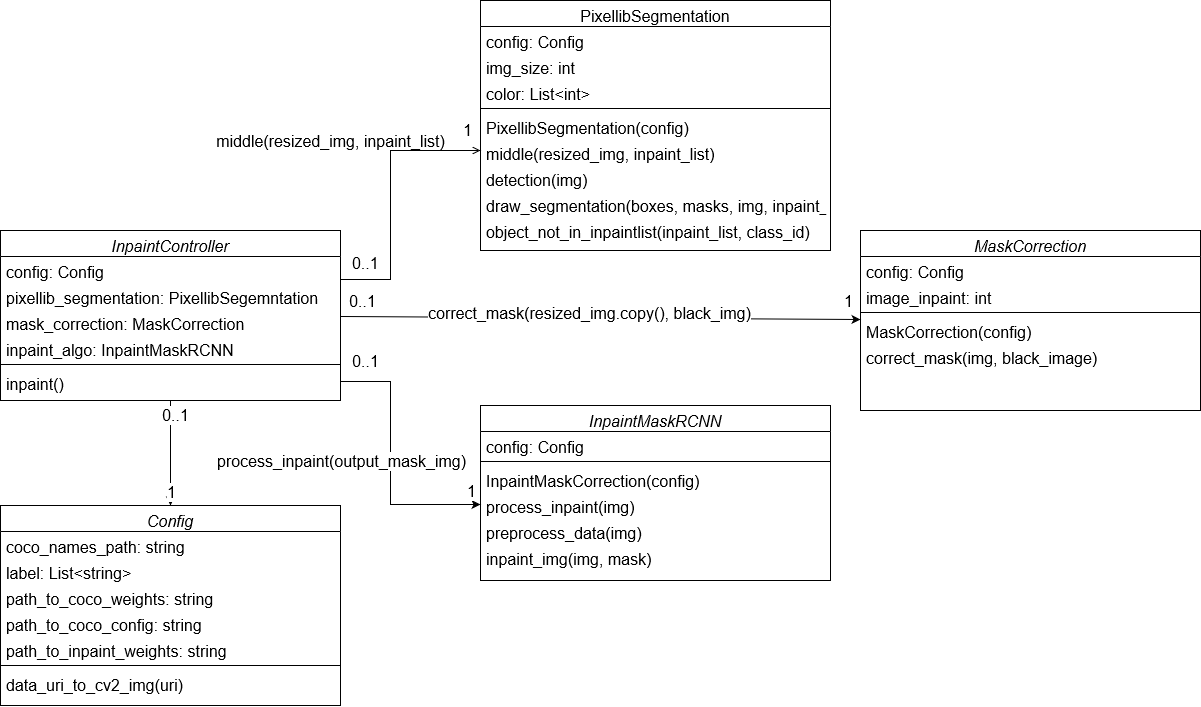
The draw.io diagram Documentation/InpaintController(1).drawio.png in JesoosSoz/diminished-reality, before a commit. Source tidied: cells renumbered, new cells last; positions are measured from the earlier drawing's top-left corner, leaving out a move shared by most shapes.
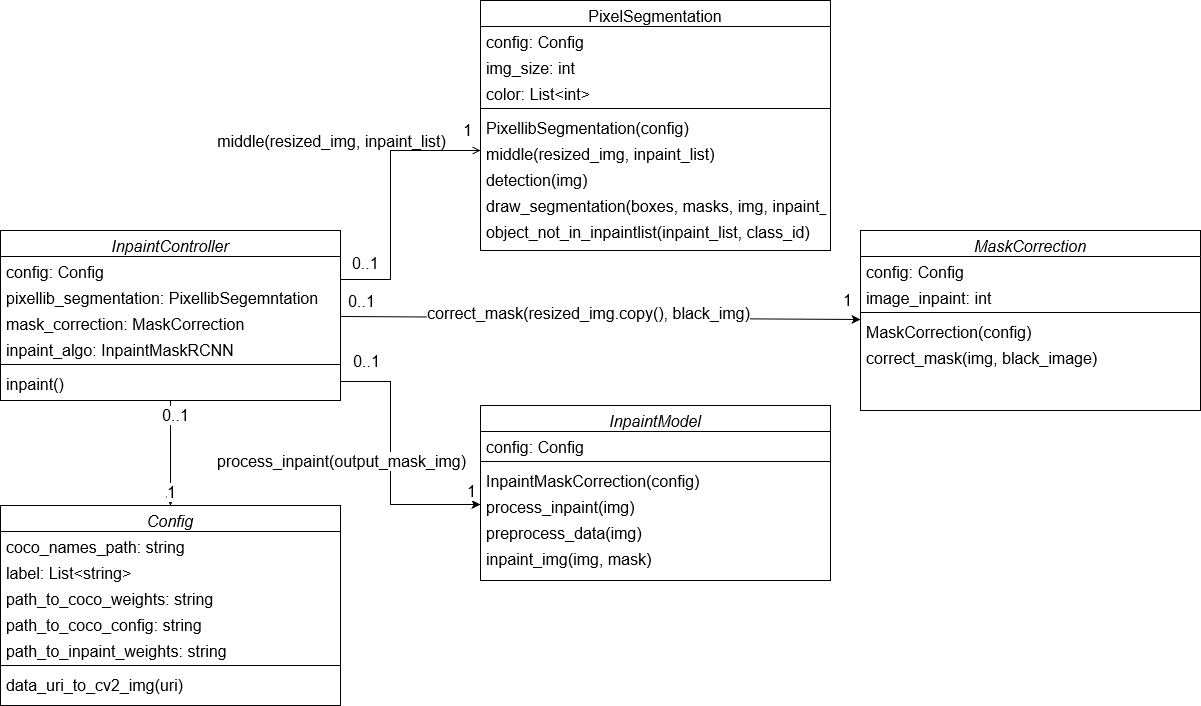
After the change.

Change to the diagram source:
```diff
@@ -34,7 +34,7 @@
     <mxCell id="11" value="inpaint()" style="text;align=left;verticalAlign=top;spacingLeft=4;spacingRight=4;overflow=hidden;points=[[0,0.5],[1,0.5]];portConstraint=eastwest;fontSize=16;" parent="5" vertex="1">
       <mxGeometry y="138" width="340" height="26" as="geometry" />
     </mxCell>
-    <mxCell id="12" value="PixellibSegmentation" style="swimlane;fontStyle=0;align=center;verticalAlign=top;horizontal=1;startSize=26;rounded=0;shadow=0;strokeWidth=1;fontSize=16;" parent="1" vertex="1">
+    <mxCell id="12" value="PixelSegmentation" style="swimlane;fontStyle=0;align=center;verticalAlign=top;horizontal=1;startSize=26;rounded=0;shadow=0;strokeWidth=1;fontSize=16;" parent="1" vertex="1">
       <mxGeometry x="480" width="350" height="250" as="geometry" />
     </mxCell>
     <mxCell id="13" value="config: Config" style="text;align=left;verticalAlign=top;spacingLeft=4;spacingRight=4;overflow=hidden;rounded=0;shadow=0;html=0;fontSize=16;" parent="12" vertex="1">
@@ -106,7 +106,7 @@
     <mxCell id="31" value="correct_mask(img, black_image)" style="text;align=left;verticalAlign=top;spacingLeft=4;spacingRight=4;overflow=hidden;fontSize=16;" parent="26" vertex="1">
       <mxGeometry y="112" width="340" height="26" as="geometry" />
     </mxCell>
-    <mxCell id="32" value="InpaintMaskRCNN" style="swimlane;fontStyle=2;align=center;verticalAlign=top;horizontal=1;startSize=26;rounded=0;shadow=0;strokeWidth=1;fontSize=16;" parent="1" vertex="1">
+    <mxCell id="32" value="InpaintModel" style="swimlane;fontStyle=2;align=center;verticalAlign=top;horizontal=1;startSize=26;rounded=0;shadow=0;strokeWidth=1;fontSize=16;" parent="1" vertex="1">
       <mxGeometry x="480" y="405" width="350" height="175" as="geometry" />
     </mxCell>
     <mxCell id="33" value="config: Config" style="text;align=left;verticalAlign=top;spacingLeft=4;spacingRight=4;overflow=hidden;rounded=0;shadow=0;html=0;fontSize=16;" parent="32" vertex="1">
```
